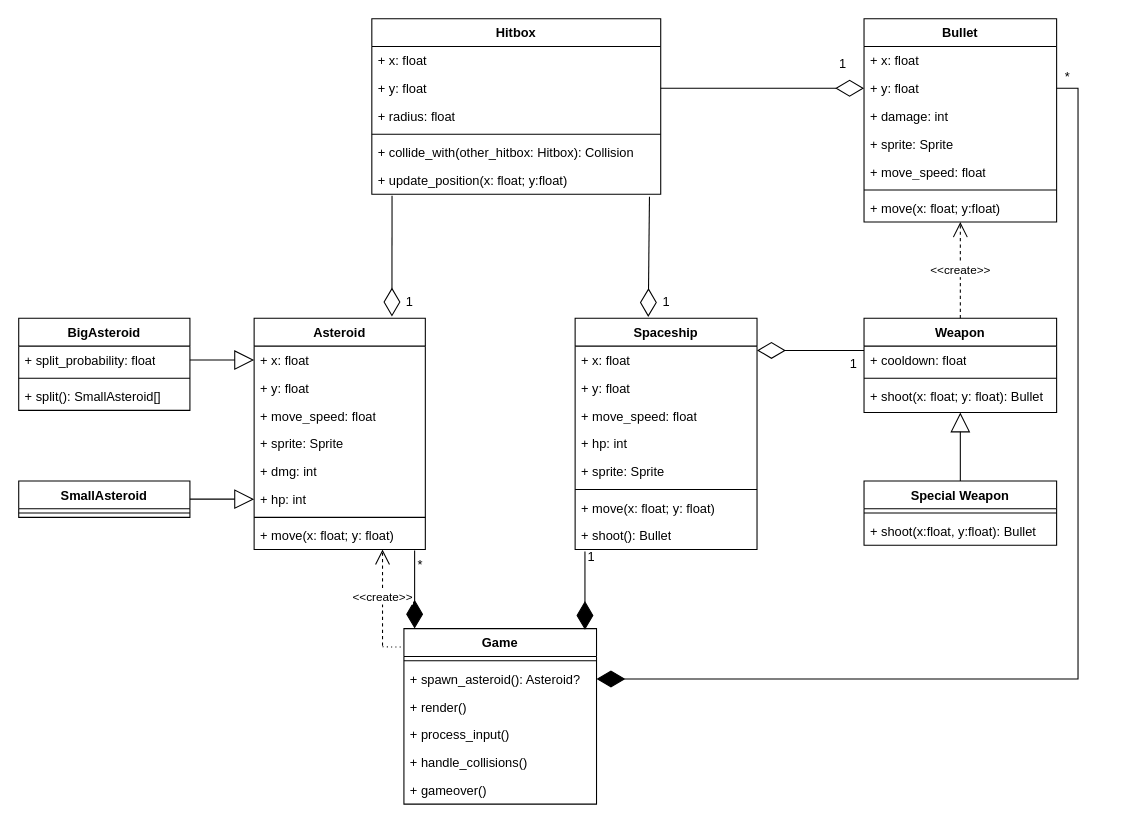
The draw.io diagram uml/AuP_Klassen_v6.drawio in timseebauer/SpaceShooterV2, before the edit. Source tidied: cells renumbered, new cells numbered last; positions are measured from the earlier drawing's top-left corner, leaving out a move shared by most shapes. Both pictures are drawn from the tidied source at 107%, with x=0, y=0 at pixel (18, 18).
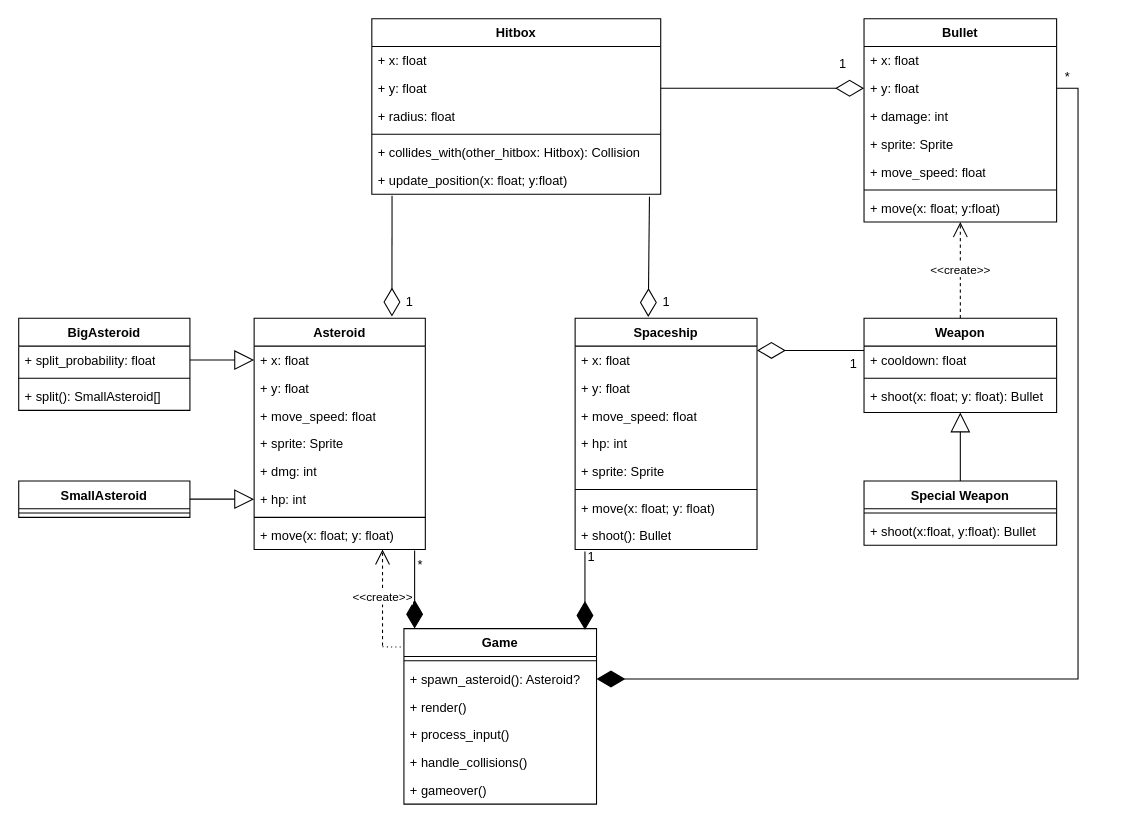
Above is the later version.

Commit message (it also covers changes not shown here):
-adjusted hitbox class in code and uml

The change refers to these unchanged cells:
```xml
<mxCell id="36" value="Hitbox" style="swimlane;fontStyle=1;align=center;verticalAlign=top;horizontal=1;startSize=26;whiteSpace=wrap;html=1;" parent="1" vertex="1">
  <mxGeometry x="330" width="270" height="164" as="geometry" />
</mxCell>
```

The edit, as a diff of the source:
```diff
@@
-    <mxCell id="41" value="+ collide_with(other_hitbox: Hitbox): Collision" style="text;strokeColor=none;fillColor=none;align=left;verticalAlign=top;spacingLeft=4;spacingRight=4;overflow=hidden;whiteSpace=wrap;html=1;" parent="36" vertex="1">
+    <mxCell id="41" value="+ collides_with(other_hitbox: Hitbox): Collision" style="text;strokeColor=none;fillColor=none;align=left;verticalAlign=top;spacingLeft=4;spacingRight=4;overflow=hidden;whiteSpace=wrap;html=1;" parent="36" vertex="1">
       <mxGeometry y="112" width="270" height="26" as="geometry" />
     </mxCell>
```
